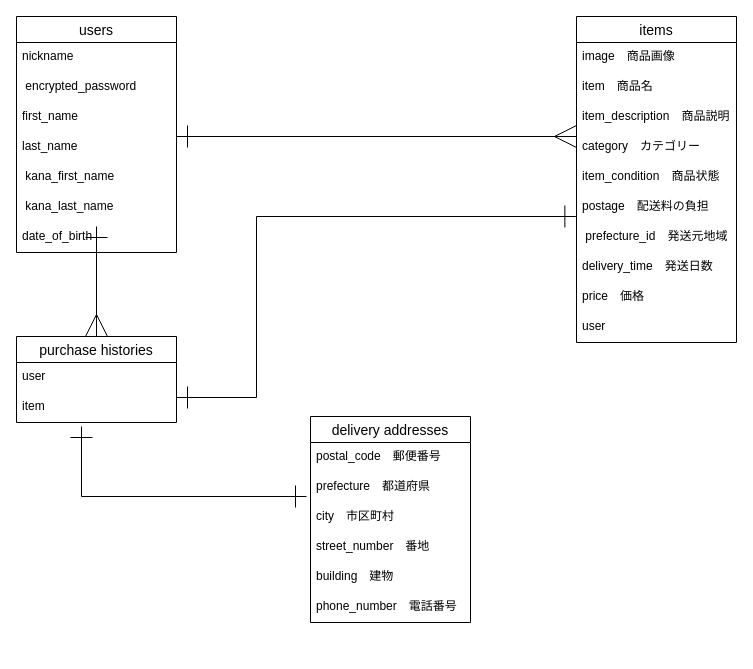
pig002238/furima-39864ver3.4 keeps this draw.io diagram as test.dio. Above is the earlier version. Source tidied: cells renumbered, new cells numbered last; positions are measured from the earlier drawing's top-left corner, leaving out a move shared by most shapes. Both pictures are drawn from the tidied source at 100%, with x=0, y=0 at pixel (16, 16).
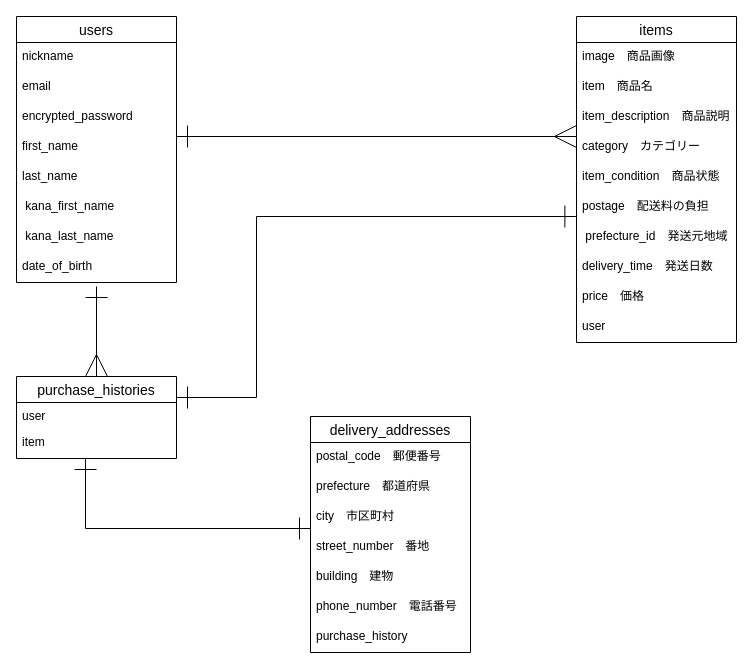
Above is the later version.

The edit, as a diff of the source:
```diff
@@
     <mxCell id="2" value="users" style="swimlane;fontStyle=0;horizontal=1;startSize=26;align=center;fontSize=14;" parent="1" vertex="1">
-      <mxGeometry width="160" height="236" as="geometry" />
+      <mxGeometry width="160" height="266" as="geometry" />
     </mxCell>
@@
+    <mxCell id="35" value="email" style="text;strokeColor=none;fillColor=none;spacingLeft=4;spacingRight=4;overflow=hidden;fontSize=12;" parent="2" vertex="1">
+      <mxGeometry y="56" width="160" height="30" as="geometry" />
+    </mxCell>
-    <mxCell id="4" value=" encrypted_password" style="text;strokeColor=none;fillColor=none;spacingLeft=4;spacingRight=4;overflow=hidden;fontSize=12;" parent="2" vertex="1">
-      <mxGeometry y="56" width="160" height="30" as="geometry" />
+    <mxCell id="4" value="encrypted_password" style="text;strokeColor=none;fillColor=none;spacingLeft=4;spacingRight=4;overflow=hidden;fontSize=12;" parent="2" vertex="1">
+      <mxGeometry y="86" width="160" height="30" as="geometry" />
     </mxCell>
     <mxCell id="5" value="first_name" style="text;strokeColor=none;fillColor=none;spacingLeft=4;spacingRight=4;overflow=hidden;fontSize=12;" parent="2" vertex="1">
-      <mxGeometry y="86" width="160" height="30" as="geometry" />
+      <mxGeometry y="116" width="160" height="30" as="geometry" />
     </mxCell>
     <mxCell id="6" value="last_name" style="text;strokeColor=none;fillColor=none;spacingLeft=4;spacingRight=4;overflow=hidden;fontSize=12;" parent="2" vertex="1">
-      <mxGeometry y="116" width="160" height="30" as="geometry" />
+      <mxGeometry y="146" width="160" height="30" as="geometry" />
     </mxCell>
     <mxCell id="7" value=" kana_first_name" style="text;strokeColor=none;fillColor=none;spacingLeft=4;spacingRight=4;overflow=hidden;fontSize=12;" parent="2" vertex="1">
-      <mxGeometry y="146" width="160" height="30" as="geometry" />
+      <mxGeometry y="176" width="160" height="30" as="geometry" />
     </mxCell>
     <mxCell id="8" value=" kana_last_name " style="text;strokeColor=none;fillColor=none;spacingLeft=4;spacingRight=4;overflow=hidden;fontSize=12;" parent="2" vertex="1">
-      <mxGeometry y="176" width="160" height="30" as="geometry" />
+      <mxGeometry y="206" width="160" height="30" as="geometry" />
     </mxCell>
     <mxCell id="9" value="date_of_birth " style="text;strokeColor=none;fillColor=none;spacingLeft=4;spacingRight=4;overflow=hidden;fontSize=12;" parent="2" vertex="1">
-      <mxGeometry y="206" width="160" height="30" as="geometry" />
+      <mxGeometry y="236" width="160" height="30" as="geometry" />
     </mxCell>
@@
-    <mxCell id="21" value="purchase histories" style="swimlane;fontStyle=0;horizontal=1;startSize=26;align=center;fontSize=14;" parent="1" vertex="1">
-      <mxGeometry y="320" width="160" height="86" as="geometry" />
+    <mxCell id="21" value="purchase_histories" style="swimlane;fontStyle=0;horizontal=1;startSize=26;align=center;fontSize=14;" parent="1" vertex="1">
+      <mxGeometry y="360" width="160" height="82" as="geometry" />
     </mxCell>
     <mxCell id="22" value="user" style="text;strokeColor=none;fillColor=none;spacingLeft=4;spacingRight=4;overflow=hidden;fontSize=12;" parent="21" vertex="1">
-      <mxGeometry y="26" width="160" height="30" as="geometry" />
+      <mxGeometry y="26" width="160" height="26" as="geometry" />
     </mxCell>
     <mxCell id="23" value="item" style="text;strokeColor=none;fillColor=none;spacingLeft=4;spacingRight=4;overflow=hidden;fontSize=12;" parent="21" vertex="1">
-      <mxGeometry y="56" width="160" height="30" as="geometry" />
+      <mxGeometry y="52" width="160" height="30" as="geometry" />
     </mxCell>
@@
     <mxCell id="25" style="endArrow=ERmany;html=1;rounded=0;startSize=20;endSize=20;sourcePerimeterSpacing=0;entryX=0.5;entryY=0;entryDx=0;entryDy=0;startArrow=ERone;startFill=0;endFill=0;" parent="1" edge="1" target="21">
       <mxGeometry relative="1" as="geometry">
-        <mxPoint x="80" y="210" as="sourcePoint" />
+        <mxPoint x="80" y="270" as="sourcePoint" />
       </mxGeometry>
     </mxCell>
@@
-    <mxCell id="27" value="delivery addresses" style="swimlane;fontStyle=0;horizontal=1;startSize=26;align=center;fontSize=14;" parent="1" vertex="1">
-      <mxGeometry x="294" y="400" width="160" height="206" as="geometry" />
+    <mxCell id="27" value="delivery_addresses" style="swimlane;fontStyle=0;horizontal=1;startSize=26;align=center;fontSize=14;" parent="1" vertex="1">
+      <mxGeometry x="294" y="400" width="160" height="236" as="geometry" />
     </mxCell>
@@
+    <mxCell id="36" value="purchase_history" style="text;strokeColor=none;fillColor=none;spacingLeft=4;spacingRight=4;overflow=hidden;fontSize=12;" parent="27" vertex="1">
+      <mxGeometry y="206" width="160" height="30" as="geometry" />
+    </mxCell>
     <mxCell id="34" style="endArrow=ERone;html=1;rounded=0;startSize=20;endSize=20;sourcePerimeterSpacing=0;startArrow=ERone;startFill=0;endFill=0;" parent="1" edge="1">
       <mxGeometry relative="1" as="geometry">
-        <mxPoint x="65" y="410" as="sourcePoint" />
-        <mxPoint x="290" y="480" as="targetPoint" />
+        <mxPoint x="69" y="442" as="sourcePoint" />
+        <mxPoint x="294" y="512" as="targetPoint" />
         <Array as="points">
-          <mxPoint x="65" y="480" />
+          <mxPoint x="69" y="512" />
         </Array>
       </mxGeometry>
     </mxCell>
```
